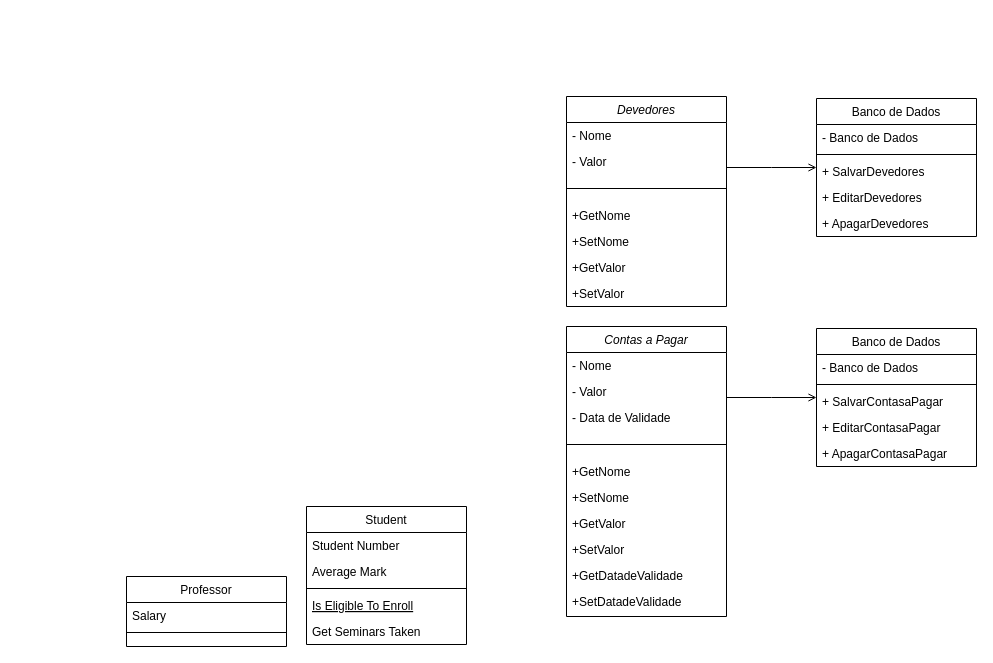
The draw.io diagram Doc/Classes.drawio in LuizMiguelRocha/Equipe5, before the edit. Source tidied: cells renumbered, new cells numbered last; positions are measured from the earlier drawing's top-left corner, leaving out a move shared by most shapes. Both pictures are drawn from the tidied source at 100%, with x=0, y=0 at pixel (126, 96).
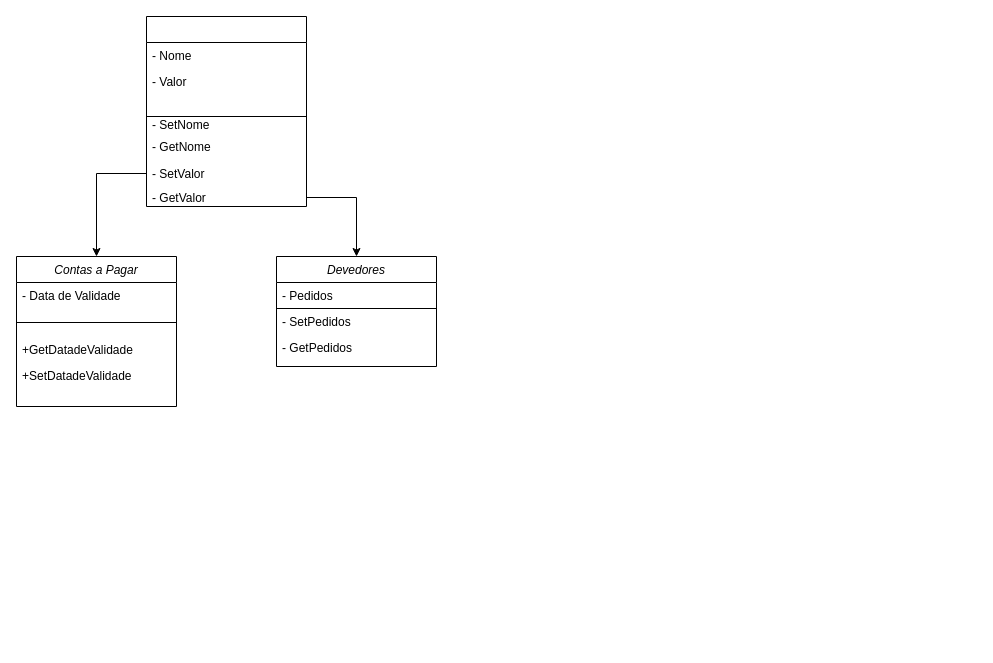
The same diagram, later.

Change to the diagram source:
```diff
@@
     <mxCell id="2" value="Devedores" style="swimlane;fontStyle=2;align=center;verticalAlign=top;horizontal=1;startSize=26;rounded=0;shadow=0;strokeWidth=1;" parent="1" vertex="1">
-      <mxGeometry x="440" width="160" height="210" as="geometry" />
+      <mxGeometry x="150" y="160" width="160" height="110" as="geometry" />
     </mxCell>
-    <mxCell id="3" value="- Nome&#10;" style="text;align=left;verticalAlign=top;spacingLeft=4;spacingRight=4;overflow=hidden;" parent="2" vertex="1">
-      <mxGeometry y="26" width="160" height="26" as="geometry" />
-    </mxCell>
-    <mxCell id="4" value="- Valor" style="text;align=left;verticalAlign=top;spacingLeft=4;spacingRight=4;overflow=hidden;" parent="2" vertex="1">
-      <mxGeometry y="52" width="160" height="26" as="geometry" />
-    </mxCell>
-    <mxCell id="5" style="line;html=1;strokeWidth=1;align=left;verticalAlign=middle;spacingTop=-1;spacingLeft=3;spacingRight=3;labelPosition=right;" parent="2" vertex="1">
-      <mxGeometry y="78" width="160" height="28" as="geometry" />
-    </mxCell>
-    <mxCell id="6" value="+GetNome" style="text;align=left;verticalAlign=top;spacingLeft=4;spacingRight=4;overflow=hidden;" parent="2" vertex="1">
-      <mxGeometry y="106" width="160" height="26" as="geometry" />
-    </mxCell>
-    <mxCell id="7" value="+SetNome" style="text;align=left;verticalAlign=top;spacingLeft=4;spacingRight=4;overflow=hidden;opacity=50;" parent="2" vertex="1">
-      <mxGeometry y="132" width="160" height="26" as="geometry" />
-    </mxCell>
-    <mxCell id="8" value="+GetValor" style="text;align=left;verticalAlign=top;spacingLeft=4;spacingRight=4;overflow=hidden;" parent="2" vertex="1">
-      <mxGeometry y="158" width="160" height="26" as="geometry" />
-    </mxCell>
-    <mxCell id="9" value="+SetValor" style="text;align=left;verticalAlign=top;spacingLeft=4;spacingRight=4;overflow=hidden;" parent="2" vertex="1">
-      <mxGeometry y="184" width="160" height="26" as="geometry" />
-    </mxCell>
-    <mxCell id="10" value="Student" style="swimlane;fontStyle=0;align=center;verticalAlign=top;horizontal=1;startSize=26;rounded=0;shadow=0;strokeWidth=1;" parent="1" vertex="1">
-      <mxGeometry x="180" y="410" width="160" height="138" as="geometry" />
-    </mxCell>
-    <mxCell id="11" value="Student Number" style="text;align=left;verticalAlign=top;spacingLeft=4;spacingRight=4;overflow=hidden;" parent="10" vertex="1">
-      <mxGeometry y="26" width="160" height="26" as="geometry" />
-    </mxCell>
-    <mxCell id="12" value="Average Mark" style="text;align=left;verticalAlign=top;spacingLeft=4;spacingRight=4;overflow=hidden;rounded=0;shadow=0;html=0;" parent="10" vertex="1">
-      <mxGeometry y="52" width="160" height="26" as="geometry" />
-    </mxCell>
-    <mxCell id="13" style="line;html=1;strokeWidth=1;align=left;verticalAlign=middle;spacingTop=-1;spacingLeft=3;spacingRight=3;labelPosition=right;" parent="10" vertex="1">
-      <mxGeometry y="78" width="160" height="8" as="geometry" />
-    </mxCell>
-    <mxCell id="14" value="Is Eligible To Enroll" style="text;align=left;verticalAlign=top;spacingLeft=4;spacingRight=4;overflow=hidden;fontStyle=4;" parent="10" vertex="1">
-      <mxGeometry y="86" width="160" height="26" as="geometry" />
-    </mxCell>
-    <mxCell id="15" value="Get Seminars Taken" style="text;align=left;verticalAlign=top;spacingLeft=4;spacingRight=4;overflow=hidden;" parent="10" vertex="1">
-      <mxGeometry y="112" width="160" height="26" as="geometry" />
-    </mxCell>
-    <mxCell id="16" value="Professor" style="swimlane;fontStyle=0;align=center;verticalAlign=top;horizontal=1;startSize=26;rounded=0;shadow=0;strokeWidth=1;" parent="1" vertex="1">
-      <mxGeometry y="480" width="160" height="70" as="geometry" />
-    </mxCell>
-    <mxCell id="17" value="Salary" style="text;align=left;verticalAlign=top;spacingLeft=4;spacingRight=4;overflow=hidden;" parent="16" vertex="1">
-      <mxGeometry y="26" width="160" height="26" as="geometry" />
-    </mxCell>
-    <mxCell id="18" style="line;html=1;strokeWidth=1;align=left;verticalAlign=middle;spacingTop=-1;spacingLeft=3;spacingRight=3;labelPosition=right;" parent="16" vertex="1">
-      <mxGeometry y="52" width="160" height="8" as="geometry" />
-    </mxCell>
-    <mxCell id="19" value="Banco de Dados" style="swimlane;fontStyle=0;align=center;verticalAlign=top;horizontal=1;startSize=26;rounded=0;shadow=0;strokeWidth=1;" parent="1" vertex="1">
-      <mxGeometry x="690" y="2" width="160" height="138" as="geometry" />
-    </mxCell>
-    <mxCell id="20" value="- Banco de Dados" style="text;align=left;verticalAlign=top;spacingLeft=4;spacingRight=4;overflow=hidden;" parent="19" vertex="1">
-      <mxGeometry y="26" width="160" height="26" as="geometry" />
-    </mxCell>
-    <mxCell id="21" style="line;html=1;strokeWidth=1;align=left;verticalAlign=middle;spacingTop=-1;spacingLeft=3;spacingRight=3;labelPosition=right;" parent="19" vertex="1">
-      <mxGeometry y="52" width="160" height="8" as="geometry" />
-    </mxCell>
-    <mxCell id="22" value="+ SalvarDevedores" style="text;align=left;verticalAlign=top;spacingLeft=4;spacingRight=4;overflow=hidden;" parent="19" vertex="1">
-      <mxGeometry y="60" width="160" height="26" as="geometry" />
-    </mxCell>
-    <mxCell id="23" value="+ EditarDevedores" style="text;align=left;verticalAlign=top;spacingLeft=4;spacingRight=4;overflow=hidden;" parent="19" vertex="1">
-      <mxGeometry y="86" width="160" height="26" as="geometry" />
-    </mxCell>
-    <mxCell id="24" value="+ ApagarDevedores" style="text;align=left;verticalAlign=top;spacingLeft=4;spacingRight=4;overflow=hidden;" parent="19" vertex="1">
-      <mxGeometry y="112" width="160" height="26" as="geometry" />
-    </mxCell>
-    <mxCell id="25" style="endArrow=open;shadow=0;strokeWidth=1;rounded=0;curved=0;endFill=1;edgeStyle=elbowEdgeStyle;elbow=vertical;" parent="1" edge="1" source="2" target="19">
-      <mxGeometry x="0.5" y="41" relative="1" as="geometry">
-        <mxPoint x="-40" y="32" as="offset" />
-      </mxGeometry>
-    </mxCell>
-    <mxCell id="26" style="align=left;verticalAlign=bottom;labelBackgroundColor=none;fontSize=12;" parent="25" vertex="1">
-      <mxGeometry x="-1" relative="1" as="geometry">
-        <mxPoint y="4" as="offset" />
-      </mxGeometry>
-    </mxCell>
-    <mxCell id="27" style="align=right;verticalAlign=bottom;labelBackgroundColor=none;fontSize=12;" parent="25" vertex="1">
-      <mxGeometry x="1" relative="1" as="geometry">
-        <mxPoint x="-7" y="4" as="offset" />
-      </mxGeometry>
-    </mxCell>
+    <mxCell id="48" value="- Pedidos" style="text;align=left;verticalAlign=top;spacingLeft=4;spacingRight=4;overflow=hidden;" parent="2" vertex="1">
+      <mxGeometry y="26" width="160" height="26" as="geometry" />
+    </mxCell>
+    <mxCell id="49" style="endArrow=none;html=1;rounded=0;" parent="2" edge="1">
+      <mxGeometry relative="1" as="geometry">
+        <mxPoint y="52" as="sourcePoint" />
+        <mxPoint x="160" y="52" as="targetPoint" />
+      </mxGeometry>
+    </mxCell>
+    <mxCell id="50" value="- SetPedidos" style="text;align=left;verticalAlign=top;spacingLeft=4;spacingRight=4;overflow=hidden;" parent="2" vertex="1">
+      <mxGeometry y="52" width="160" height="26" as="geometry" />
+    </mxCell>
+    <mxCell id="51" value="- GetPedidos" style="text;align=left;verticalAlign=top;spacingLeft=4;spacingRight=4;overflow=hidden;" parent="2" vertex="1">
+      <mxGeometry y="78" width="160" height="26" as="geometry" />
+    </mxCell>
     <mxCell id="28" value="Contas a Pagar" style="swimlane;fontStyle=2;align=center;verticalAlign=top;horizontal=1;startSize=26;rounded=0;shadow=0;strokeWidth=1;" parent="1" vertex="1">
-      <mxGeometry x="440" y="230" width="160" height="290" as="geometry" />
+      <mxGeometry x="-110" y="160" width="160" height="150" as="geometry" />
     </mxCell>
-    <mxCell id="29" value="- Nome&#10;" style="text;align=left;verticalAlign=top;spacingLeft=4;spacingRight=4;overflow=hidden;" parent="28" vertex="1">
-      <mxGeometry y="26" width="160" height="26" as="geometry" />
-    </mxCell>
-    <mxCell id="30" value="- Valor" style="text;align=left;verticalAlign=top;spacingLeft=4;spacingRight=4;overflow=hidden;" parent="28" vertex="1">
-      <mxGeometry y="52" width="160" height="26" as="geometry" />
-    </mxCell>
     <mxCell id="31" value="- Data de Validade" style="text;align=left;verticalAlign=top;spacingLeft=4;spacingRight=4;overflow=hidden;" parent="28" vertex="1">
-      <mxGeometry y="78" width="160" height="26" as="geometry" />
+      <mxGeometry y="26" width="160" height="26" as="geometry" />
     </mxCell>
     <mxCell id="32" style="line;html=1;strokeWidth=1;align=left;verticalAlign=middle;spacingTop=-1;spacingLeft=3;spacingRight=3;labelPosition=right;" parent="28" vertex="1">
-      <mxGeometry y="104" width="160" height="28" as="geometry" />
+      <mxGeometry y="52" width="160" height="28" as="geometry" />
     </mxCell>
-    <mxCell id="33" value="+GetNome" style="text;align=left;verticalAlign=top;spacingLeft=4;spacingRight=4;overflow=hidden;" parent="28" vertex="1">
-      <mxGeometry y="132" width="160" height="26" as="geometry" />
-    </mxCell>
-    <mxCell id="34" value="+SetNome" style="text;align=left;verticalAlign=top;spacingLeft=4;spacingRight=4;overflow=hidden;opacity=50;" parent="28" vertex="1">
-      <mxGeometry y="158" width="160" height="26" as="geometry" />
-    </mxCell>
-    <mxCell id="35" value="+GetValor" style="text;align=left;verticalAlign=top;spacingLeft=4;spacingRight=4;overflow=hidden;" parent="28" vertex="1">
-      <mxGeometry y="184" width="160" height="26" as="geometry" />
-    </mxCell>
-    <mxCell id="36" value="+SetValor" style="text;align=left;verticalAlign=top;spacingLeft=4;spacingRight=4;overflow=hidden;" parent="28" vertex="1">
-      <mxGeometry y="210" width="160" height="26" as="geometry" />
-    </mxCell>
     <mxCell id="37" value="+GetDatadeValidade" style="text;align=left;verticalAlign=top;spacingLeft=4;spacingRight=4;overflow=hidden;" parent="28" vertex="1">
-      <mxGeometry y="236" width="160" height="26" as="geometry" />
+      <mxGeometry y="80" width="160" height="26" as="geometry" />
     </mxCell>
     <mxCell id="38" value="+SetDatadeValidade" style="text;align=left;verticalAlign=top;spacingLeft=4;spacingRight=4;overflow=hidden;" parent="28" vertex="1">
-      <mxGeometry y="262" width="160" height="26" as="geometry" />
+      <mxGeometry y="106" width="160" height="26" as="geometry" />
     </mxCell>
-    <mxCell id="39" value="Banco de Dados" style="swimlane;fontStyle=0;align=center;verticalAlign=top;horizontal=1;startSize=26;rounded=0;shadow=0;strokeWidth=1;" parent="1" vertex="1">
-      <mxGeometry x="690" y="232" width="160" height="138" as="geometry" />
-    </mxCell>
-    <mxCell id="40" value="- Banco de Dados" style="text;align=left;verticalAlign=top;spacingLeft=4;spacingRight=4;overflow=hidden;" parent="39" vertex="1">
-      <mxGeometry y="26" width="160" height="26" as="geometry" />
-    </mxCell>
-    <mxCell id="41" style="line;html=1;strokeWidth=1;align=left;verticalAlign=middle;spacingTop=-1;spacingLeft=3;spacingRight=3;labelPosition=right;" parent="39" vertex="1">
-      <mxGeometry y="52" width="160" height="8" as="geometry" />
-    </mxCell>
-    <mxCell id="42" value="+ SalvarContasaPagar" style="text;align=left;verticalAlign=top;spacingLeft=4;spacingRight=4;overflow=hidden;" parent="39" vertex="1">
-      <mxGeometry y="60" width="160" height="26" as="geometry" />
-    </mxCell>
-    <mxCell id="43" value="+ EditarContasaPagar" style="text;align=left;verticalAlign=top;spacingLeft=4;spacingRight=4;overflow=hidden;" parent="39" vertex="1">
-      <mxGeometry y="86" width="160" height="26" as="geometry" />
-    </mxCell>
-    <mxCell id="44" value="+ ApagarContasaPagar" style="text;align=left;verticalAlign=top;spacingLeft=4;spacingRight=4;overflow=hidden;" parent="39" vertex="1">
-      <mxGeometry y="112" width="160" height="26" as="geometry" />
-    </mxCell>
-    <mxCell id="45" style="endArrow=open;shadow=0;strokeWidth=1;rounded=0;curved=0;endFill=1;edgeStyle=elbowEdgeStyle;elbow=vertical;" parent="1" edge="1" source="28" target="39">
-      <mxGeometry x="0.5" y="41" relative="1" as="geometry">
-        <mxPoint x="-40" y="32" as="offset" />
-      </mxGeometry>
-    </mxCell>
-    <mxCell id="46" style="align=left;verticalAlign=bottom;labelBackgroundColor=none;fontSize=12;" parent="45" vertex="1">
-      <mxGeometry x="-1" relative="1" as="geometry">
-        <mxPoint y="4" as="offset" />
-      </mxGeometry>
-    </mxCell>
-    <mxCell id="47" style="align=right;verticalAlign=bottom;labelBackgroundColor=none;fontSize=12;" parent="45" vertex="1">
-      <mxGeometry x="1" relative="1" as="geometry">
-        <mxPoint x="-7" y="4" as="offset" />
-      </mxGeometry>
-    </mxCell>
+    <mxCell id="52" style="swimlane;fontStyle=2;align=center;verticalAlign=top;horizontal=1;startSize=26;rounded=0;shadow=0;strokeWidth=1;" parent="1" vertex="1">
+      <mxGeometry x="20" y="-80" width="160" height="190" as="geometry" />
+    </mxCell>
+    <mxCell id="53" value="- Nome&#10;" style="text;align=left;verticalAlign=top;spacingLeft=4;spacingRight=4;overflow=hidden;" parent="52" vertex="1">
+      <mxGeometry y="26" width="160" height="26" as="geometry" />
+    </mxCell>
+    <mxCell id="54" value="- Valor" style="text;align=left;verticalAlign=top;spacingLeft=4;spacingRight=4;overflow=hidden;" parent="52" vertex="1">
+      <mxGeometry y="52" width="160" height="26" as="geometry" />
+    </mxCell>
+    <mxCell id="55" style="endArrow=none;html=1;rounded=0;" parent="52" edge="1">
+      <mxGeometry relative="1" as="geometry">
+        <mxPoint y="100" as="sourcePoint" />
+        <mxPoint x="160" y="100" as="targetPoint" />
+      </mxGeometry>
+    </mxCell>
+    <mxCell id="56" value="- SetNome" style="text;align=left;verticalAlign=top;spacingLeft=4;spacingRight=4;overflow=hidden;" parent="1" vertex="1">
+      <mxGeometry x="20" y="15" width="160" height="26" as="geometry" />
+    </mxCell>
+    <mxCell id="57" value="- GetNome" style="text;align=left;verticalAlign=top;spacingLeft=4;spacingRight=4;overflow=hidden;" parent="1" vertex="1">
+      <mxGeometry x="20" y="37" width="160" height="26" as="geometry" />
+    </mxCell>
+    <mxCell id="58" style="edgeStyle=orthogonalEdgeStyle;rounded=0;jettySize=auto;html=1;exitX=0;exitY=0.5;exitDx=0;exitDy=0;entryX=0.5;entryY=0;entryDx=0;entryDy=0;" parent="1" edge="1" source="59" target="28">
+      <mxGeometry relative="1" as="geometry" />
+    </mxCell>
+    <mxCell id="59" value="- SetValor" style="text;align=left;verticalAlign=top;spacingLeft=4;spacingRight=4;overflow=hidden;points=[[0,0.5],[1,0.5]];portConstraint=eastwest;" parent="1" vertex="1">
+      <mxGeometry x="20" y="64" width="160" height="26" as="geometry" />
+    </mxCell>
+    <mxCell id="60" style="edgeStyle=orthogonalEdgeStyle;rounded=0;jettySize=auto;html=1;exitX=1;exitY=0.5;exitDx=0;exitDy=0;entryX=0.5;entryY=0;entryDx=0;entryDy=0;" parent="1" edge="1" source="61" target="2">
+      <mxGeometry relative="1" as="geometry" />
+    </mxCell>
+    <mxCell id="61" value="- GetValor" style="text;align=left;verticalAlign=top;spacingLeft=4;spacingRight=4;overflow=hidden;points=[[0,0.5],[1,0.5]];portConstraint=eastwest;" parent="1" vertex="1">
+      <mxGeometry x="20" y="88" width="160" height="26" as="geometry" />
+    </mxCell>
```
